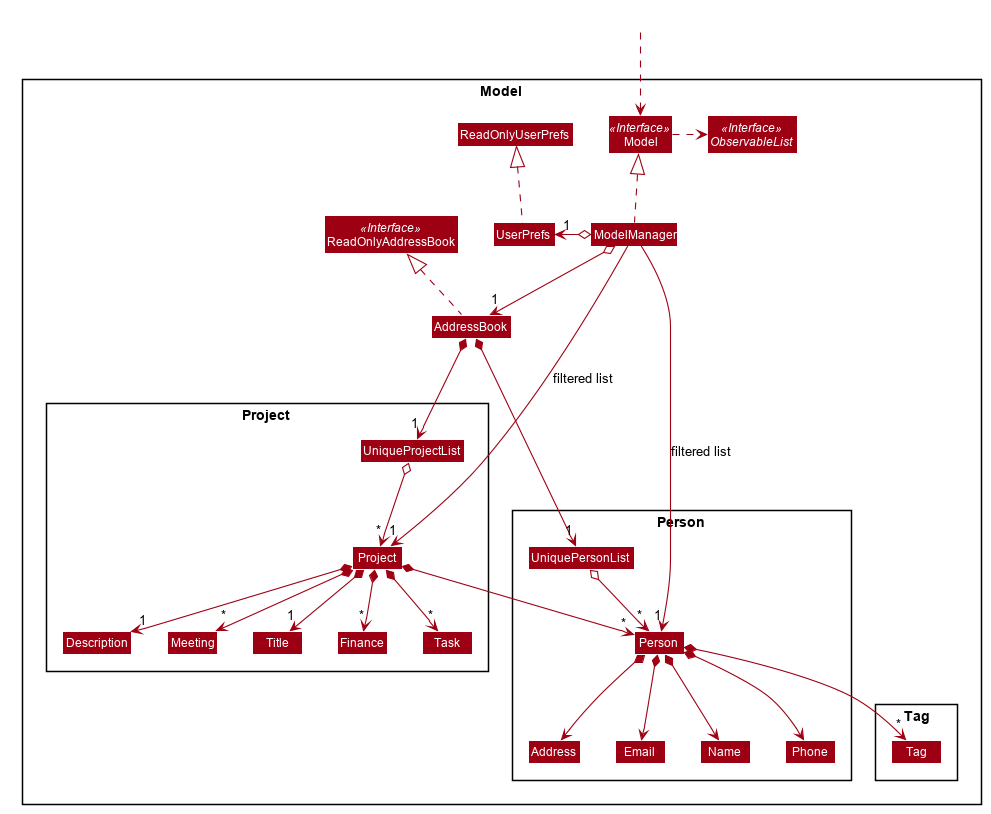
Earlier version of the PlantUML export docs/images/ModelClassDiagram.png (nus-cs2103-AY1920S1/addressbook-level3).
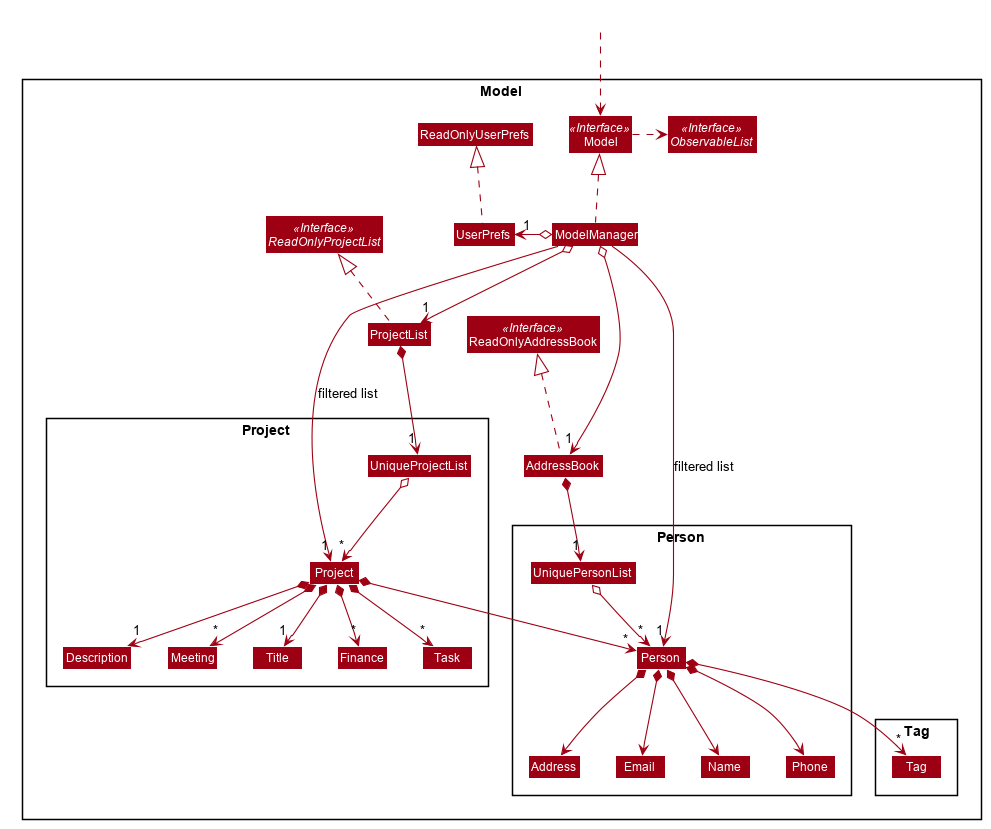
After the commit.

Diff of the diagram source:
```diff
@@ -61,6 +61,8 @@
 Class ModelManager
 Class UserPrefs
 Class ReadOnlyUserPrefs
+Class ProjectList
+Interface ReadOnlyProjectList <<Interface>>
 
 Package Person {
 Class Person
@@ -90,10 +92,12 @@
 HiddenOutside ..> Model
 
 AddressBook .up.|> ReadOnlyAddressBook
+ProjectList .up.|> ReadOnlyProjectList
 
 ModelManager .up.|> Model
 Model .right.> ObservableList
 ModelManager o--> "1" AddressBook
+ModelManager o--> "1" ProjectList
 ModelManager o-left-> "1" UserPrefs
 UserPrefs .up.|> ReadOnlyUserPrefs
 
@@ -105,7 +109,7 @@
 Person *--> Address
 Person *--> "*" Tag
 
-AddressBook *--> "1" UniqueProjectList
+ProjectList *--> "1" UniqueProjectList
 UniqueProjectList o--> "*" Project
 Project *--> "*" Task
 Project *--> "*" Meeting
```
